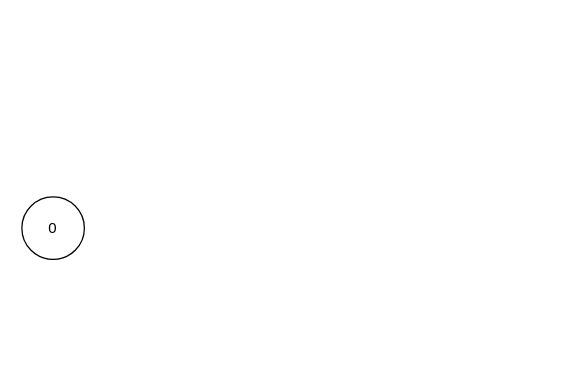
Above: graphs/dag.drawio in lgreco/images (draw.io), before the change. Source tidied: cells renumbered, new cells numbered last; positions are measured from the earlier drawing's top-left corner, leaving out a move shared by most shapes. Both pictures are drawn from the tidied source at 125%, with x=0, y=0 at pixel (21, 196).
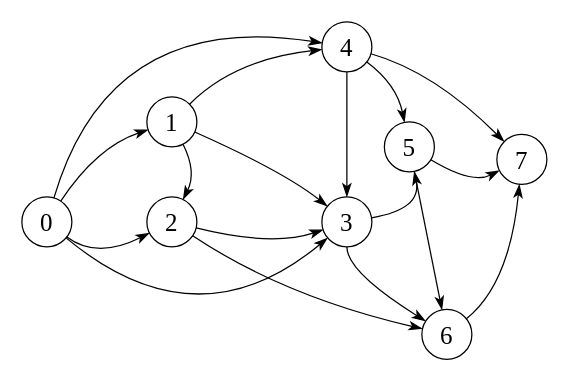
Above is the later version.

Change to the diagram source:
```diff
@@
-    <mxCell id="2" value="0" style="ellipse;whiteSpace=wrap;html=1;" parent="1" vertex="1">
-      <mxGeometry width="50" height="50" as="geometry" />
+    <mxCell id="2" value="0" style="ellipse;whiteSpace=wrap;html=1;fontFamily=Times New Roman;fontSize=20;" parent="1" vertex="1">
+      <mxGeometry width="40" height="40" as="geometry" />
     </mxCell>
+    <mxCell id="3" value="1" style="ellipse;whiteSpace=wrap;html=1;fontFamily=Times New Roman;fontSize=20;" parent="1" vertex="1">
+      <mxGeometry x="100" y="-80" width="40" height="40" as="geometry" />
+    </mxCell>
+    <mxCell id="4" value="2" style="ellipse;whiteSpace=wrap;html=1;fontFamily=Times New Roman;fontSize=20;" parent="1" vertex="1">
+      <mxGeometry x="100" width="40" height="40" as="geometry" />
+    </mxCell>
+    <mxCell id="5" value="3" style="ellipse;whiteSpace=wrap;html=1;fontFamily=Times New Roman;fontSize=20;" parent="1" vertex="1">
+      <mxGeometry x="240" width="40" height="40" as="geometry" />
+    </mxCell>
+    <mxCell id="6" value="4" style="ellipse;whiteSpace=wrap;html=1;fontFamily=Times New Roman;fontSize=20;" parent="1" vertex="1">
+      <mxGeometry x="240" y="-140" width="40" height="40" as="geometry" />
+    </mxCell>
+    <mxCell id="7" value="5" style="ellipse;whiteSpace=wrap;html=1;fontFamily=Times New Roman;fontSize=20;" parent="1" vertex="1">
+      <mxGeometry x="290" y="-60" width="40" height="40" as="geometry" />
+    </mxCell>
+    <mxCell id="8" style="edgeStyle=none;curved=1;rounded=0;jettySize=auto;html=1;fontSize=12;startSize=8;endSize=8;endArrow=classicThin;endFill=1;" parent="1" edge="1" source="4" target="5">
+      <mxGeometry relative="1" as="geometry">
+        <Array as="points">
+          <mxPoint x="200" y="40" />
+        </Array>
+      </mxGeometry>
+    </mxCell>
+    <mxCell id="9" value="6" style="ellipse;whiteSpace=wrap;html=1;fontFamily=Times New Roman;fontSize=20;" parent="1" vertex="1">
+      <mxGeometry x="320" y="90" width="40" height="40" as="geometry" />
+    </mxCell>
+    <mxCell id="10" value="7" style="ellipse;whiteSpace=wrap;html=1;fontFamily=Times New Roman;fontSize=20;" parent="1" vertex="1">
+      <mxGeometry x="380" y="-50" width="40" height="40" as="geometry" />
+    </mxCell>
+    <mxCell id="11" style="endArrow=classicThin;html=1;rounded=0;fontSize=12;startSize=8;endSize=8;curved=1;endFill=1;" parent="1" edge="1" source="2" target="3">
+      <mxGeometry relative="1" as="geometry">
+        <Array as="points">
+          <mxPoint x="60" y="-40" />
+        </Array>
+      </mxGeometry>
+    </mxCell>
+    <mxCell id="12" style="endArrow=classicThin;html=1;rounded=0;fontSize=12;startSize=8;endSize=8;curved=1;endFill=1;" parent="1" edge="1" source="3" target="6">
+      <mxGeometry relative="1" as="geometry">
+        <Array as="points">
+          <mxPoint x="170" y="-110" />
+        </Array>
+      </mxGeometry>
+    </mxCell>
+    <mxCell id="13" style="endArrow=classicThin;html=1;rounded=0;fontSize=12;startSize=8;endSize=8;curved=1;endFill=1;" parent="1" edge="1" source="6" target="10">
+      <mxGeometry relative="1" as="geometry">
+        <Array as="points">
+          <mxPoint x="330" y="-100" />
+        </Array>
+      </mxGeometry>
+    </mxCell>
+    <mxCell id="14" style="endArrow=classicThin;html=1;rounded=0;fontSize=12;startSize=8;endSize=8;curved=1;endFill=1;" parent="1" edge="1" source="2" target="5">
+      <mxGeometry relative="1" as="geometry">
+        <Array as="points">
+          <mxPoint x="140" y="120" />
+        </Array>
+      </mxGeometry>
+    </mxCell>
+    <mxCell id="15" style="endArrow=classicThin;html=1;rounded=0;fontSize=12;startSize=8;endSize=8;curved=1;endFill=1;" parent="1" edge="1" source="5" target="7">
+      <mxGeometry relative="1" as="geometry">
+        <Array as="points">
+          <mxPoint x="320" y="10" />
+        </Array>
+      </mxGeometry>
+    </mxCell>
+    <mxCell id="16" style="endArrow=classicThin;html=1;rounded=0;fontSize=12;startSize=8;endSize=8;curved=1;endFill=1;" parent="1" edge="1" source="7" target="10">
+      <mxGeometry relative="1" as="geometry">
+        <Array as="points">
+          <mxPoint x="360" y="-10" />
+        </Array>
+      </mxGeometry>
+    </mxCell>
+    <mxCell id="17" style="endArrow=classicThin;html=1;rounded=0;fontSize=12;startSize=8;endSize=8;curved=1;endFill=1;" parent="1" edge="1" source="3" target="5">
+      <mxGeometry relative="1" as="geometry">
+        <Array as="points">
+          <mxPoint x="210" y="-20" />
+        </Array>
+      </mxGeometry>
+    </mxCell>
+    <mxCell id="18" style="endArrow=classicThin;html=1;rounded=0;fontSize=12;startSize=8;endSize=8;curved=1;endFill=1;" parent="1" edge="1" source="6" target="5">
+      <mxGeometry relative="1" as="geometry">
+        <Array as="points">
+          <mxPoint x="260" y="-10" />
+        </Array>
+      </mxGeometry>
+    </mxCell>
+    <mxCell id="19" style="endArrow=classicThin;html=1;rounded=0;fontSize=12;startSize=8;endSize=8;curved=1;endFill=1;" parent="1" edge="1" source="6" target="7">
+      <mxGeometry relative="1" as="geometry">
+        <Array as="points">
+          <mxPoint x="300" y="-90" />
+        </Array>
+      </mxGeometry>
+    </mxCell>
+    <mxCell id="20" style="endArrow=classicThin;html=1;rounded=0;fontSize=12;startSize=8;endSize=8;curved=1;endFill=1;" parent="1" edge="1" source="9" target="10">
+      <mxGeometry relative="1" as="geometry">
+        <Array as="points">
+          <mxPoint x="390" y="70" />
+        </Array>
+      </mxGeometry>
+    </mxCell>
+    <mxCell id="21" style="endArrow=classicThin;html=1;rounded=0;fontSize=12;startSize=8;endSize=8;curved=1;endFill=1;" parent="1" edge="1" source="7" target="9">
+      <mxGeometry relative="1" as="geometry">
+        <Array as="points">
+          <mxPoint x="330" y="60" />
+        </Array>
+      </mxGeometry>
+    </mxCell>
+    <mxCell id="22" style="endArrow=classicThin;html=1;rounded=0;fontSize=12;startSize=8;endSize=8;curved=1;endFill=1;" parent="1" edge="1" source="4" target="9">
+      <mxGeometry relative="1" as="geometry">
+        <Array as="points">
+          <mxPoint x="210" y="80" />
+        </Array>
+      </mxGeometry>
+    </mxCell>
+    <mxCell id="23" style="edgeStyle=none;curved=1;rounded=0;jettySize=auto;html=1;fontSize=12;startSize=8;endSize=8;endArrow=classicThin;endFill=1;" parent="1" edge="1" source="5" target="9">
+      <mxGeometry relative="1" as="geometry">
+        <Array as="points">
+          <mxPoint x="260" y="60" />
+        </Array>
+      </mxGeometry>
+    </mxCell>
+    <mxCell id="24" style="edgeStyle=none;curved=1;rounded=0;jettySize=auto;html=1;fontSize=12;startSize=8;endSize=8;endArrow=classicThin;endFill=1;" parent="1" edge="1" source="2" target="4">
+      <mxGeometry relative="1" as="geometry">
+        <Array as="points">
+          <mxPoint x="60" y="50" />
+        </Array>
+      </mxGeometry>
+    </mxCell>
+    <mxCell id="25" style="edgeStyle=none;curved=1;rounded=0;jettySize=auto;html=1;fontSize=12;startSize=8;endSize=8;endArrow=classicThin;endFill=1;" parent="1" edge="1" source="3" target="4">
+      <mxGeometry relative="1" as="geometry">
+        <Array as="points">
+          <mxPoint x="140" y="-20" />
+        </Array>
+      </mxGeometry>
+    </mxCell>
+    <mxCell id="26" style="edgeStyle=none;curved=1;rounded=0;jettySize=auto;html=1;fontSize=12;startSize=8;endSize=8;endArrow=classicThin;endFill=1;" parent="1" edge="1" source="2" target="6">
+      <mxGeometry relative="1" as="geometry">
+        <Array as="points">
+          <mxPoint x="70" y="-150" />
+        </Array>
+      </mxGeometry>
+    </mxCell>
```
